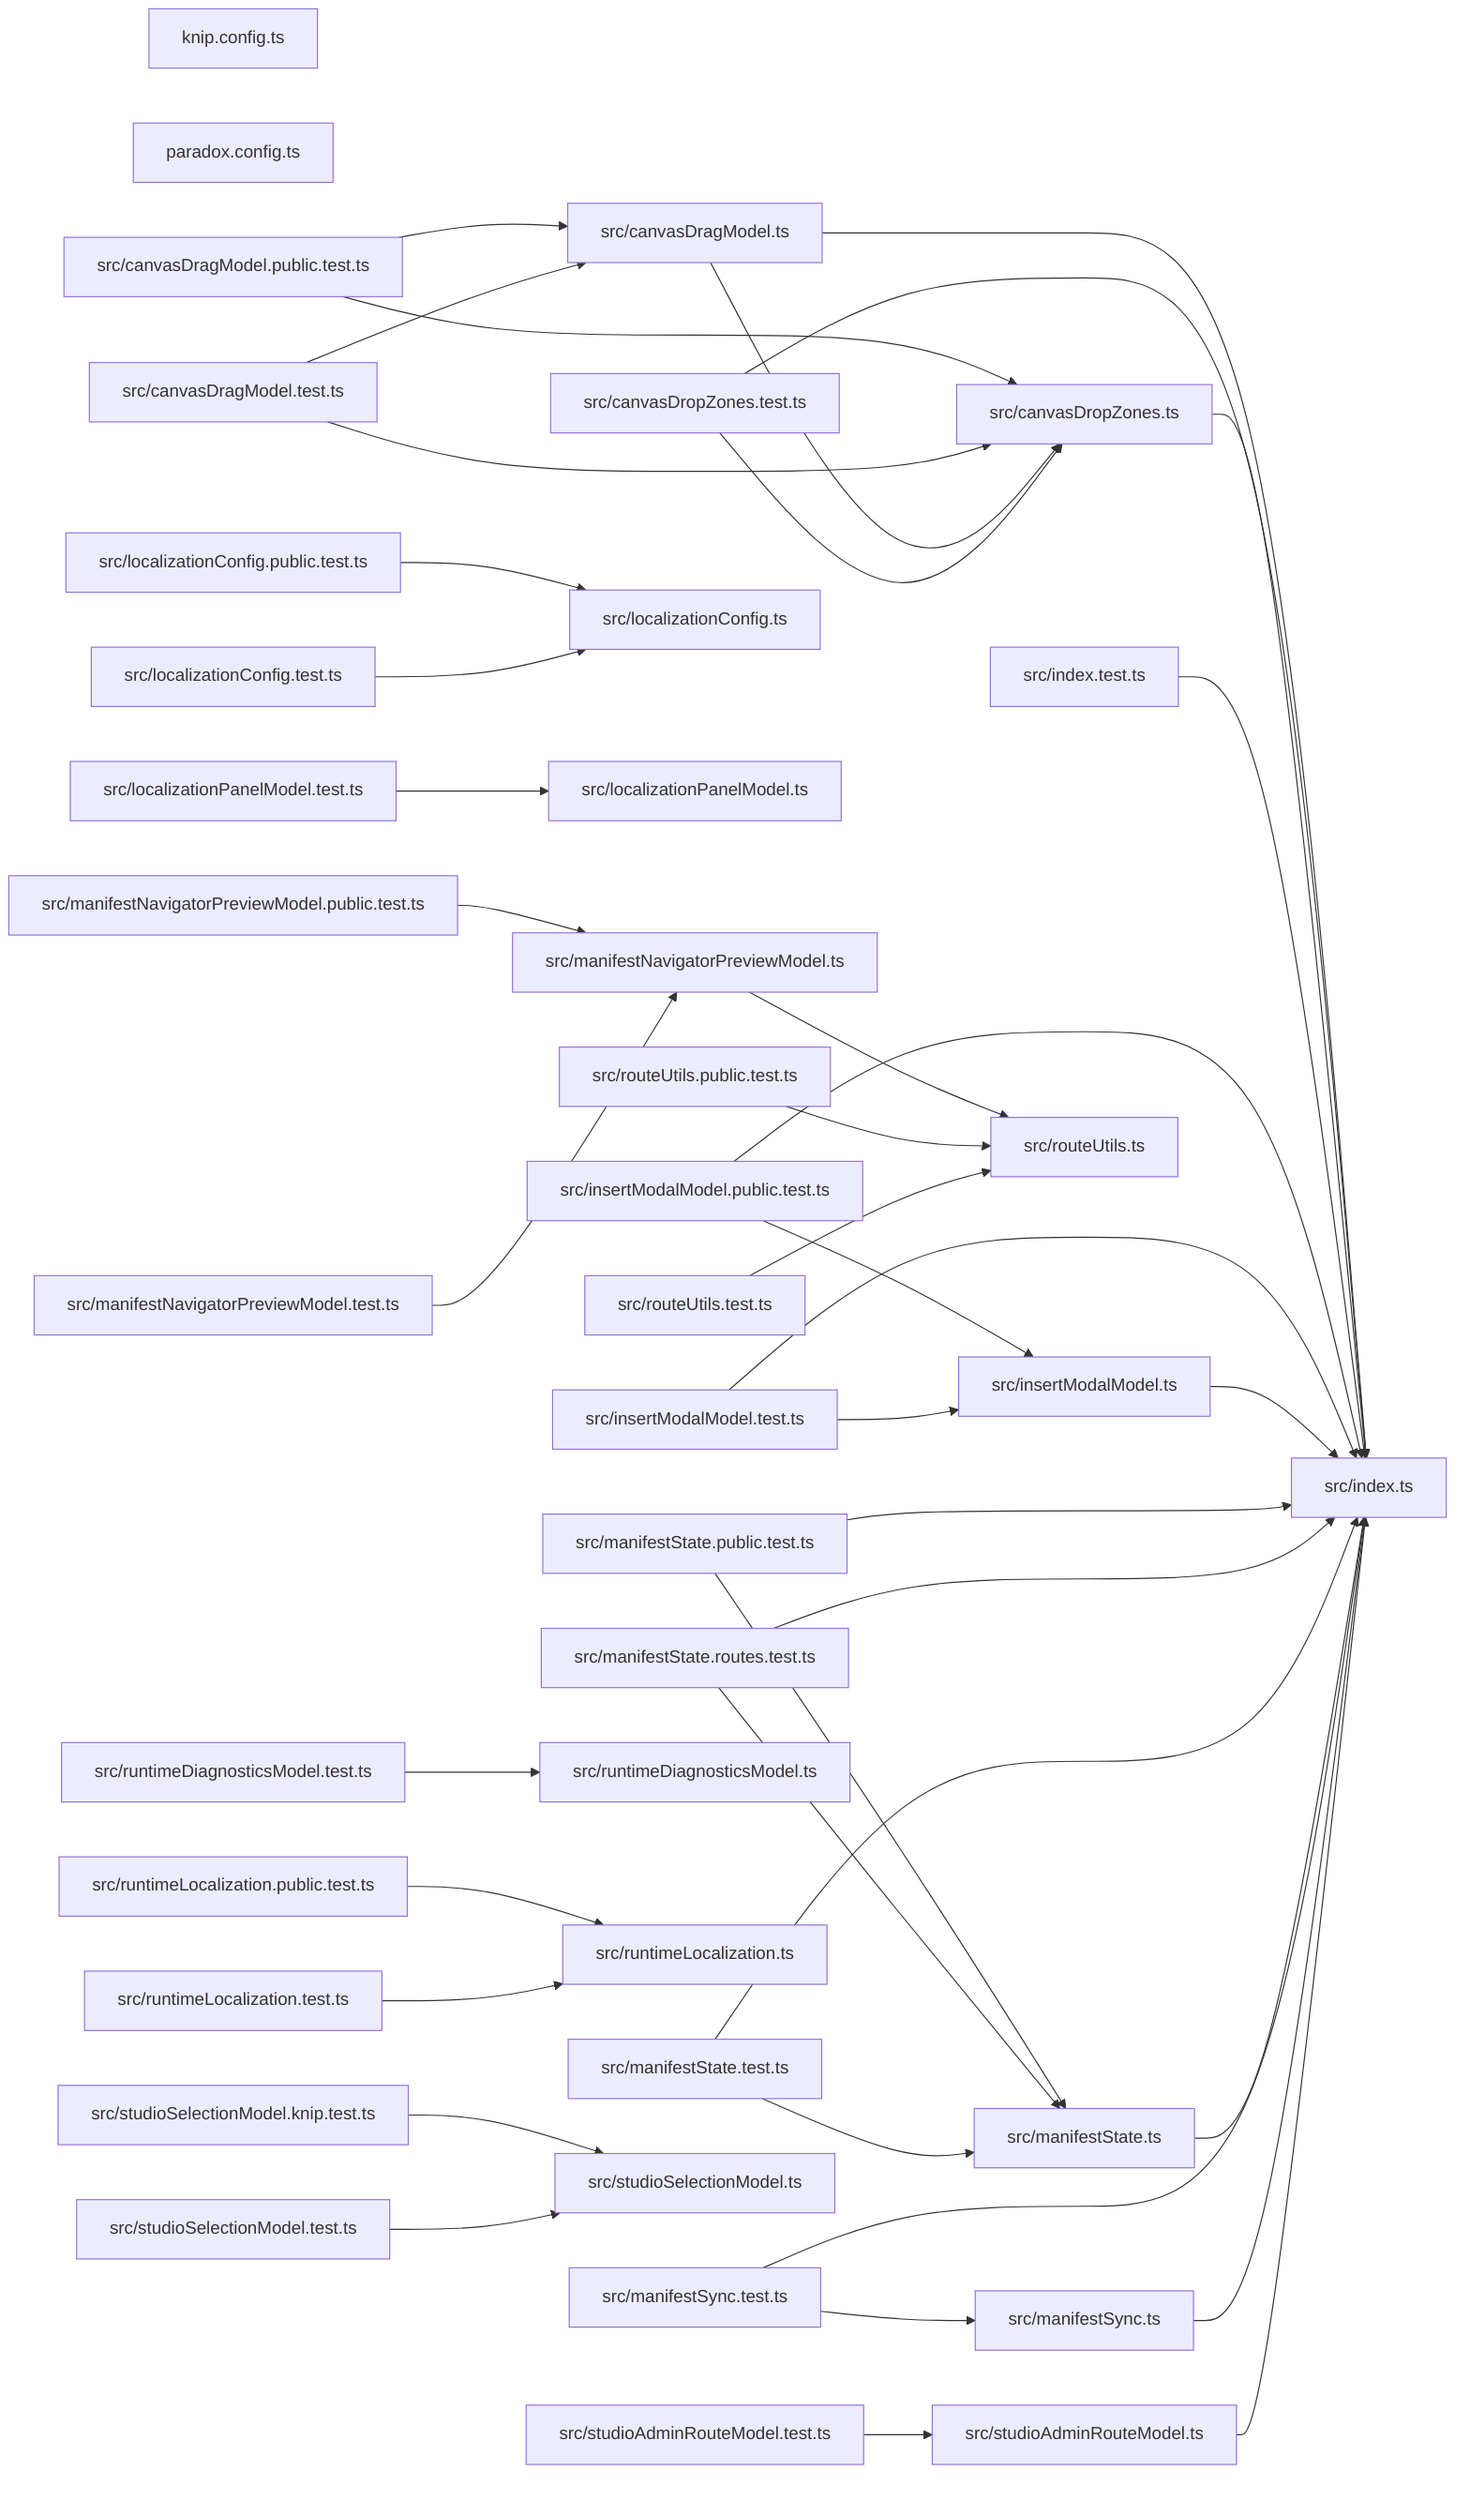
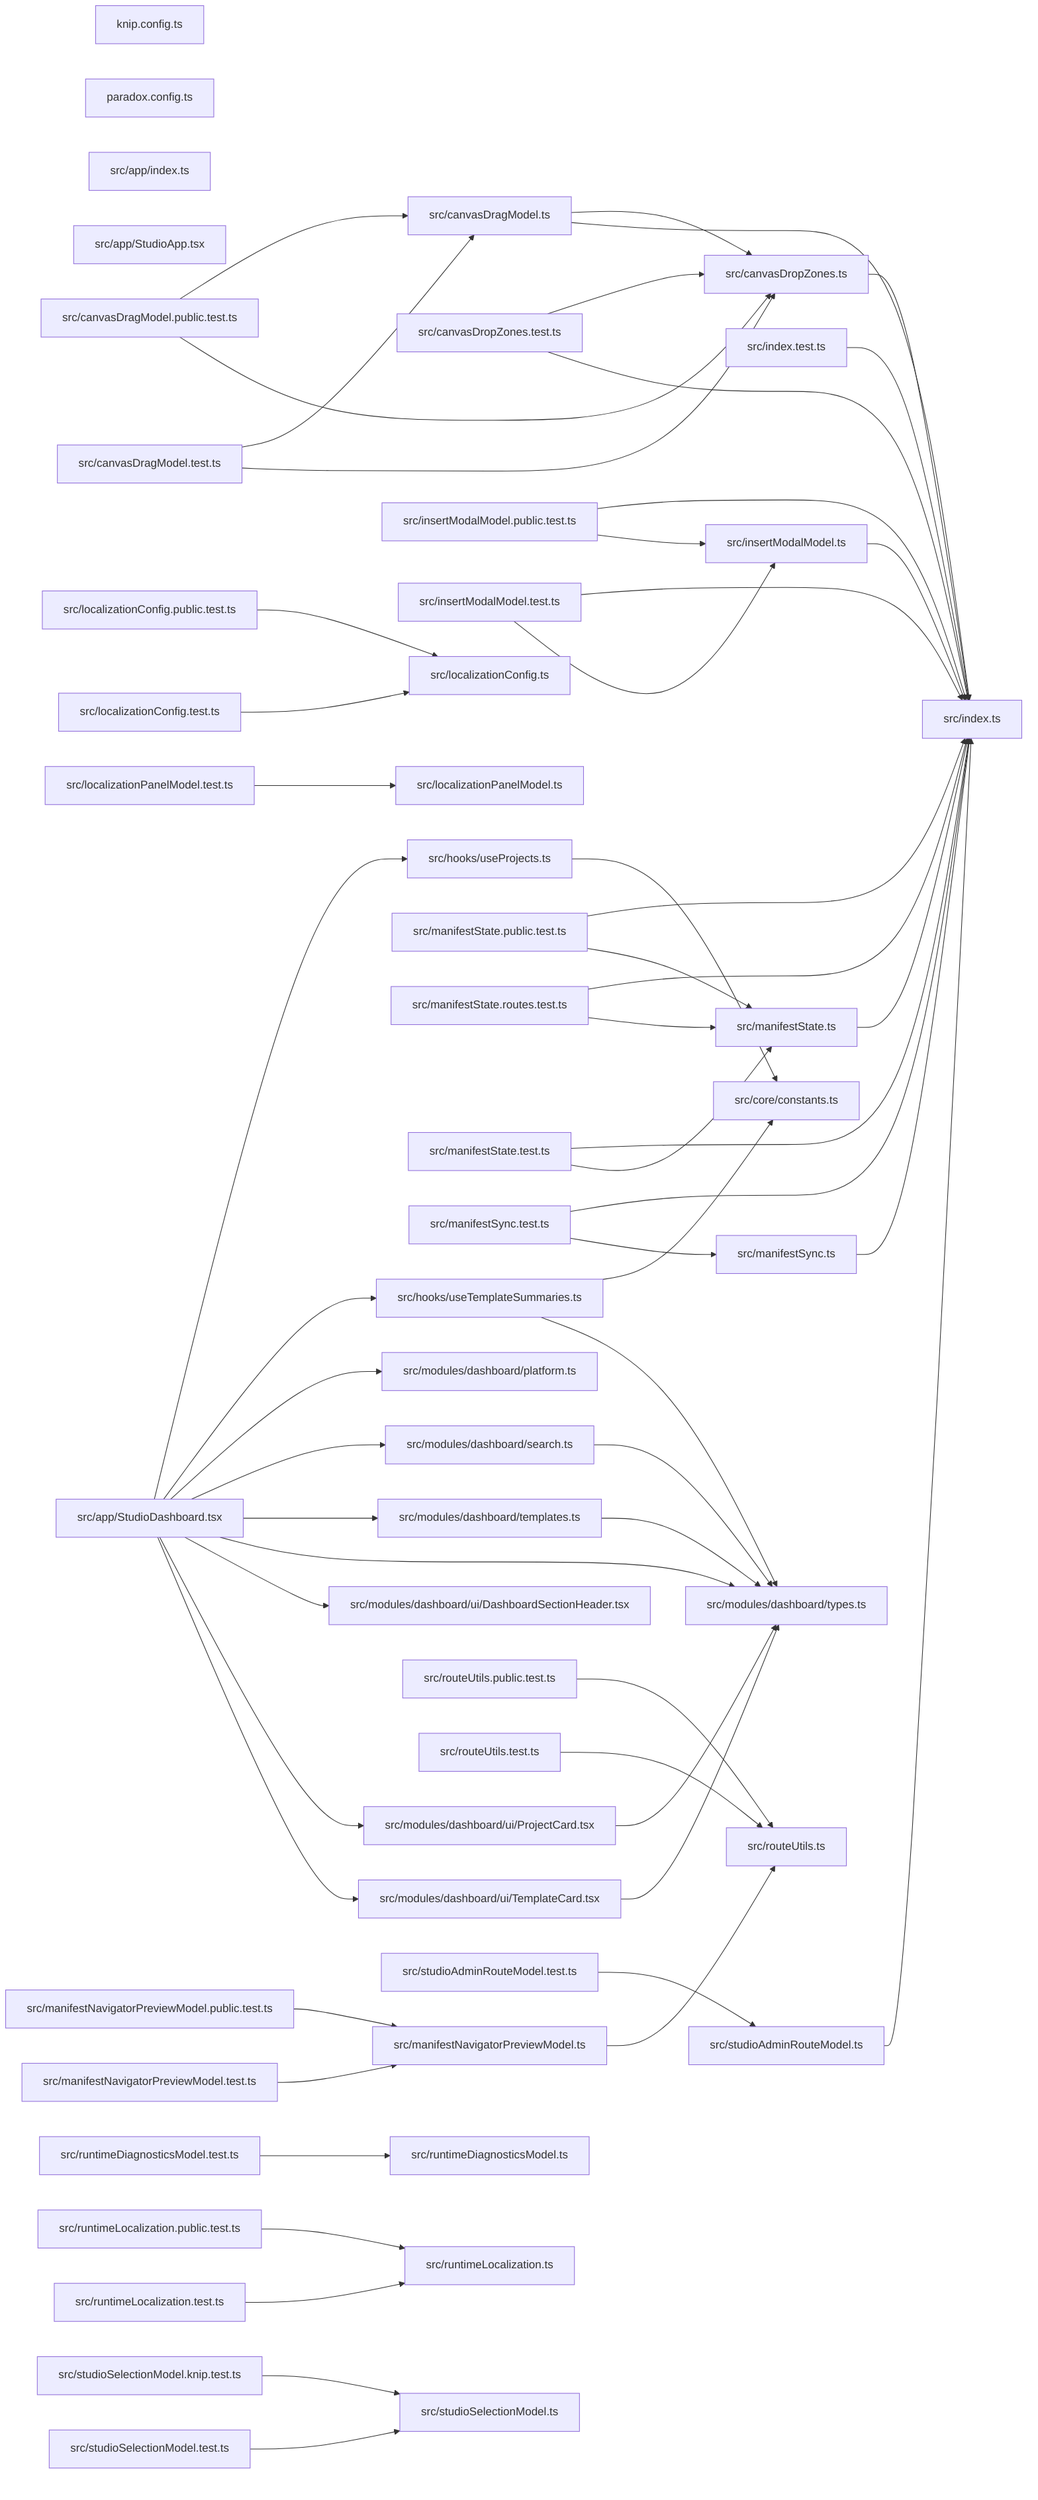
graph LR
  module_knip_config_ts["knip.config.ts"]
  module_paradox_config_ts["paradox.config.ts"]
+   module_src_app_index_ts["src/app/index.ts"]
+   module_src_app_StudioApp_tsx["src/app/StudioApp.tsx"]
+   module_src_app_StudioDashboard_tsx["src/app/StudioDashboard.tsx"]
  module_src_canvasDragModel_public_test_ts["src/canvasDragModel.public.test.ts"]
  module_src_canvasDragModel_test_ts["src/canvasDragModel.test.ts"]
  module_src_canvasDragModel_ts["src/canvasDragModel.ts"]
  module_src_canvasDropZones_test_ts["src/canvasDropZones.test.ts"]
  module_src_canvasDropZones_ts["src/canvasDropZones.ts"]
+   module_src_core_constants_ts["src/core/constants.ts"]
+   module_src_hooks_useProjects_ts["src/hooks/useProjects.ts"]
+   module_src_hooks_useTemplateSummaries_ts["src/hooks/useTemplateSummaries.ts"]
  module_src_index_test_ts["src/index.test.ts"]
  module_src_index_ts["src/index.ts"]
  module_src_insertModalModel_public_test_ts["src/insertModalModel.public.test.ts"]
  module_src_insertModalModel_test_ts["src/insertModalModel.test.ts"]
  module_src_insertModalModel_ts["src/insertModalModel.ts"]
  module_src_localizationConfig_public_test_ts["src/localizationConfig.public.test.ts"]
  module_src_localizationConfig_test_ts["src/localizationConfig.test.ts"]
  module_src_localizationConfig_ts["src/localizationConfig.ts"]
  module_src_localizationPanelModel_test_ts["src/localizationPanelModel.test.ts"]
  module_src_localizationPanelModel_ts["src/localizationPanelModel.ts"]
  module_src_manifestNavigatorPreviewModel_public_test_ts["src/manifestNavigatorPreviewModel.public.test.ts"]
  module_src_manifestNavigatorPreviewModel_test_ts["src/manifestNavigatorPreviewModel.test.ts"]
  module_src_manifestNavigatorPreviewModel_ts["src/manifestNavigatorPreviewModel.ts"]
  module_src_manifestState_public_test_ts["src/manifestState.public.test.ts"]
  module_src_manifestState_routes_test_ts["src/manifestState.routes.test.ts"]
  module_src_manifestState_test_ts["src/manifestState.test.ts"]
  module_src_manifestState_ts["src/manifestState.ts"]
  module_src_manifestSync_test_ts["src/manifestSync.test.ts"]
  module_src_manifestSync_ts["src/manifestSync.ts"]
+   module_src_modules_dashboard_platform_ts["src/modules/dashboard/platform.ts"]
+   module_src_modules_dashboard_search_ts["src/modules/dashboard/search.ts"]
+   module_src_modules_dashboard_templates_ts["src/modules/dashboard/templates.ts"]
+   module_src_modules_dashboard_types_ts["src/modules/dashboard/types.ts"]
+   module_src_modules_dashboard_ui_DashboardSectionHeader_tsx["src/modules/dashboard/ui/DashboardSectionHeader.tsx"]
+   module_src_modules_dashboard_ui_ProjectCard_tsx["src/modules/dashboard/ui/ProjectCard.tsx"]
+   module_src_modules_dashboard_ui_TemplateCard_tsx["src/modules/dashboard/ui/TemplateCard.tsx"]
  module_src_routeUtils_public_test_ts["src/routeUtils.public.test.ts"]
  module_src_routeUtils_test_ts["src/routeUtils.test.ts"]
  module_src_routeUtils_ts["src/routeUtils.ts"]
  module_src_runtimeDiagnosticsModel_test_ts["src/runtimeDiagnosticsModel.test.ts"]
  module_src_runtimeDiagnosticsModel_ts["src/runtimeDiagnosticsModel.ts"]
  module_src_runtimeLocalization_public_test_ts["src/runtimeLocalization.public.test.ts"]
  module_src_runtimeLocalization_test_ts["src/runtimeLocalization.test.ts"]
  module_src_runtimeLocalization_ts["src/runtimeLocalization.ts"]
  module_src_studioAdminRouteModel_test_ts["src/studioAdminRouteModel.test.ts"]
  module_src_studioAdminRouteModel_ts["src/studioAdminRouteModel.ts"]
  module_src_studioSelectionModel_knip_test_ts["src/studioSelectionModel.knip.test.ts"]
  module_src_studioSelectionModel_test_ts["src/studioSelectionModel.test.ts"]
  module_src_studioSelectionModel_ts["src/studioSelectionModel.ts"]
+   module_src_app_StudioDashboard_tsx --> module_src_hooks_useProjects_ts
+   module_src_app_StudioDashboard_tsx --> module_src_hooks_useTemplateSummaries_ts
+   module_src_app_StudioDashboard_tsx --> module_src_modules_dashboard_platform_ts
+   module_src_app_StudioDashboard_tsx --> module_src_modules_dashboard_search_ts
+   module_src_app_StudioDashboard_tsx --> module_src_modules_dashboard_templates_ts
+   module_src_app_StudioDashboard_tsx --> module_src_modules_dashboard_types_ts
+   module_src_app_StudioDashboard_tsx --> module_src_modules_dashboard_ui_DashboardSectionHeader_tsx
+   module_src_app_StudioDashboard_tsx --> module_src_modules_dashboard_ui_ProjectCard_tsx
+   module_src_app_StudioDashboard_tsx --> module_src_modules_dashboard_ui_TemplateCard_tsx
  module_src_canvasDragModel_public_test_ts --> module_src_canvasDragModel_ts
  module_src_canvasDragModel_public_test_ts --> module_src_canvasDropZones_ts
  module_src_canvasDragModel_test_ts --> module_src_canvasDragModel_ts
  module_src_canvasDragModel_test_ts --> module_src_canvasDropZones_ts
  module_src_canvasDragModel_ts --> module_src_canvasDropZones_ts
  module_src_canvasDragModel_ts --> module_src_index_ts
  module_src_canvasDropZones_test_ts --> module_src_canvasDropZones_ts
  module_src_canvasDropZones_test_ts --> module_src_index_ts
  module_src_canvasDropZones_ts --> module_src_index_ts
+   module_src_hooks_useProjects_ts --> module_src_core_constants_ts
+   module_src_hooks_useTemplateSummaries_ts --> module_src_core_constants_ts
+   module_src_hooks_useTemplateSummaries_ts --> module_src_modules_dashboard_types_ts
  module_src_index_test_ts --> module_src_index_ts
  module_src_insertModalModel_public_test_ts --> module_src_index_ts
  module_src_insertModalModel_public_test_ts --> module_src_insertModalModel_ts
  module_src_insertModalModel_test_ts --> module_src_index_ts
  module_src_insertModalModel_test_ts --> module_src_insertModalModel_ts
  module_src_insertModalModel_ts --> module_src_index_ts
  module_src_localizationConfig_public_test_ts --> module_src_localizationConfig_ts
  module_src_localizationConfig_test_ts --> module_src_localizationConfig_ts
  module_src_localizationPanelModel_test_ts --> module_src_localizationPanelModel_ts
  module_src_manifestNavigatorPreviewModel_public_test_ts --> module_src_manifestNavigatorPreviewModel_ts
  module_src_manifestNavigatorPreviewModel_test_ts --> module_src_manifestNavigatorPreviewModel_ts
  module_src_manifestNavigatorPreviewModel_ts --> module_src_routeUtils_ts
  module_src_manifestState_public_test_ts --> module_src_index_ts
  module_src_manifestState_public_test_ts --> module_src_manifestState_ts
  module_src_manifestState_routes_test_ts --> module_src_index_ts
  module_src_manifestState_routes_test_ts --> module_src_manifestState_ts
  module_src_manifestState_test_ts --> module_src_index_ts
  module_src_manifestState_test_ts --> module_src_manifestState_ts
  module_src_manifestState_ts --> module_src_index_ts
  module_src_manifestSync_test_ts --> module_src_index_ts
  module_src_manifestSync_test_ts --> module_src_manifestSync_ts
  module_src_manifestSync_ts --> module_src_index_ts
+   module_src_modules_dashboard_search_ts --> module_src_modules_dashboard_types_ts
+   module_src_modules_dashboard_templates_ts --> module_src_modules_dashboard_types_ts
+   module_src_modules_dashboard_ui_ProjectCard_tsx --> module_src_modules_dashboard_types_ts
+   module_src_modules_dashboard_ui_TemplateCard_tsx --> module_src_modules_dashboard_types_ts
  module_src_routeUtils_public_test_ts --> module_src_routeUtils_ts
  module_src_routeUtils_test_ts --> module_src_routeUtils_ts
  module_src_runtimeDiagnosticsModel_test_ts --> module_src_runtimeDiagnosticsModel_ts
  module_src_runtimeLocalization_public_test_ts --> module_src_runtimeLocalization_ts
  module_src_runtimeLocalization_test_ts --> module_src_runtimeLocalization_ts
  module_src_studioAdminRouteModel_test_ts --> module_src_studioAdminRouteModel_ts
  module_src_studioAdminRouteModel_ts --> module_src_index_ts
  module_src_studioSelectionModel_knip_test_ts --> module_src_studioSelectionModel_ts
  module_src_studioSelectionModel_test_ts --> module_src_studioSelectionModel_ts
